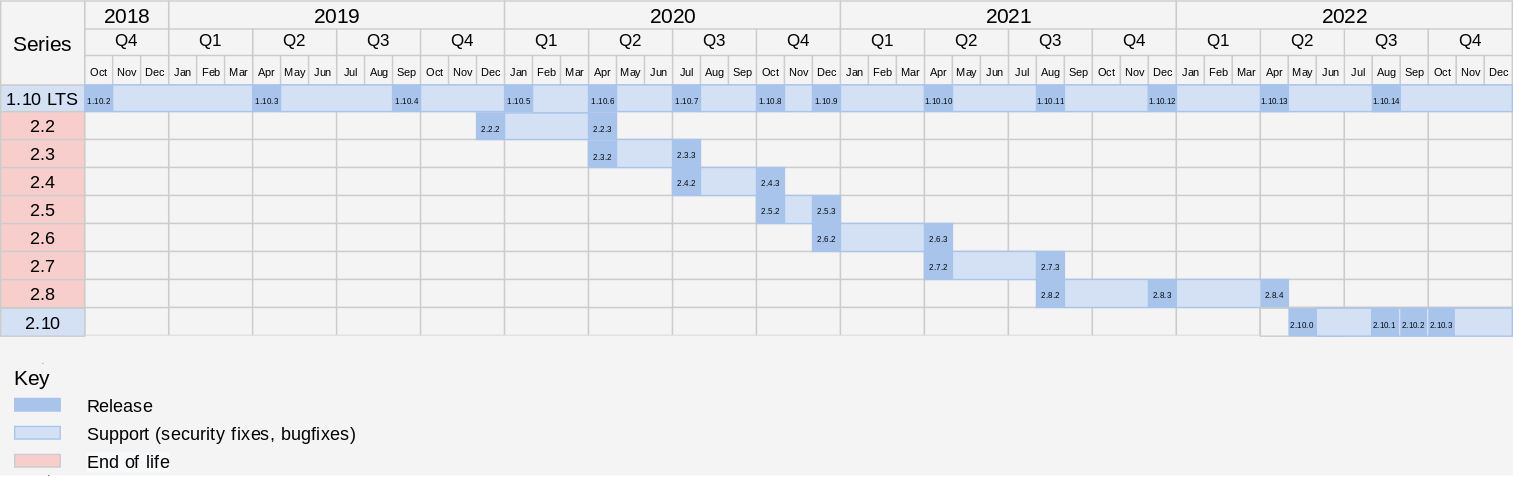
The draw.io diagram doc/release/_images/releases_calendar.svg in tarantool/doc, before a commit. Source tidied: cells renumbered, new cells last; positions are measured from the earlier drawing's top-left corner, leaving out a move shared by most shapes.
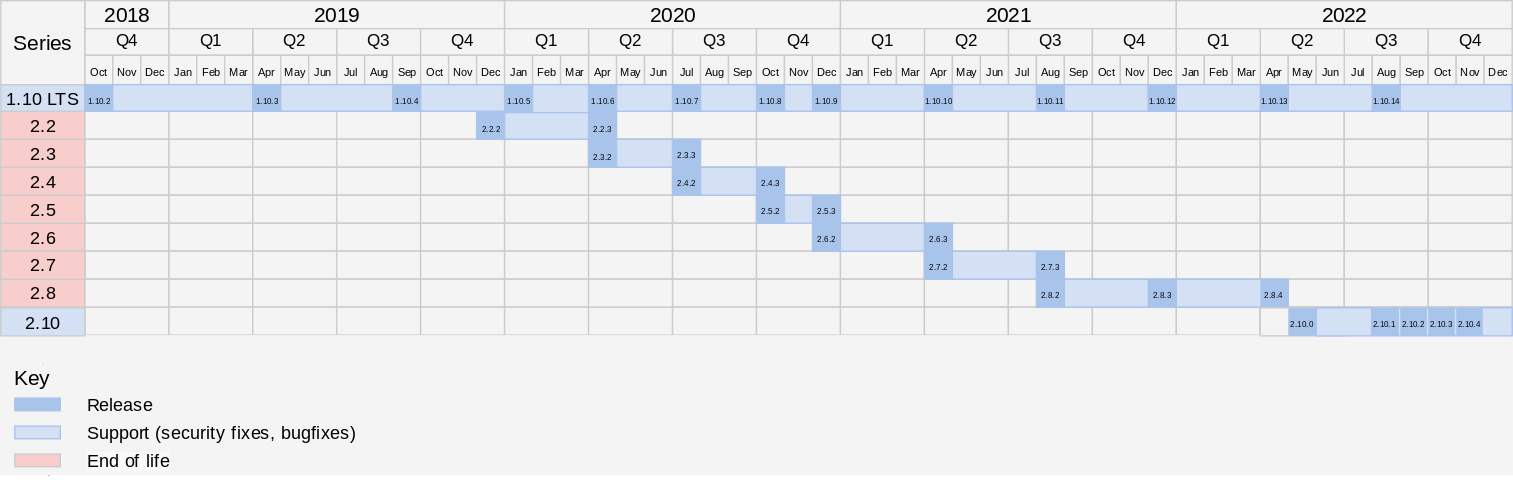
After the commit.

What changed in the source:
```diff
@@ -921,5 +921,8 @@
     <mxCell id="306" value="&lt;font face=&quot;VK Sans Text&quot; style=&quot;font-size: 6px&quot;&gt;2.10.3&lt;/font&gt;" style="rounded=0;whiteSpace=wrap;html=1;fillColor=#A9C4EB;strokeColor=none;" parent="1" vertex="1">
       <mxGeometry x="1020" y="219.5" width="19" height="20" as="geometry" />
     </mxCell>
+    <mxCell id="307" value="&lt;font face=&quot;VK Sans Text&quot; style=&quot;font-size: 6px&quot;&gt;2.10.4&lt;/font&gt;" style="rounded=0;whiteSpace=wrap;html=1;fillColor=#A9C4EB;strokeColor=none;" parent="1" vertex="1">
+      <mxGeometry x="1040" y="219.5" width="19" height="20" as="geometry" />
+    </mxCell>
   </root>
 </mxGraphModel>
```
